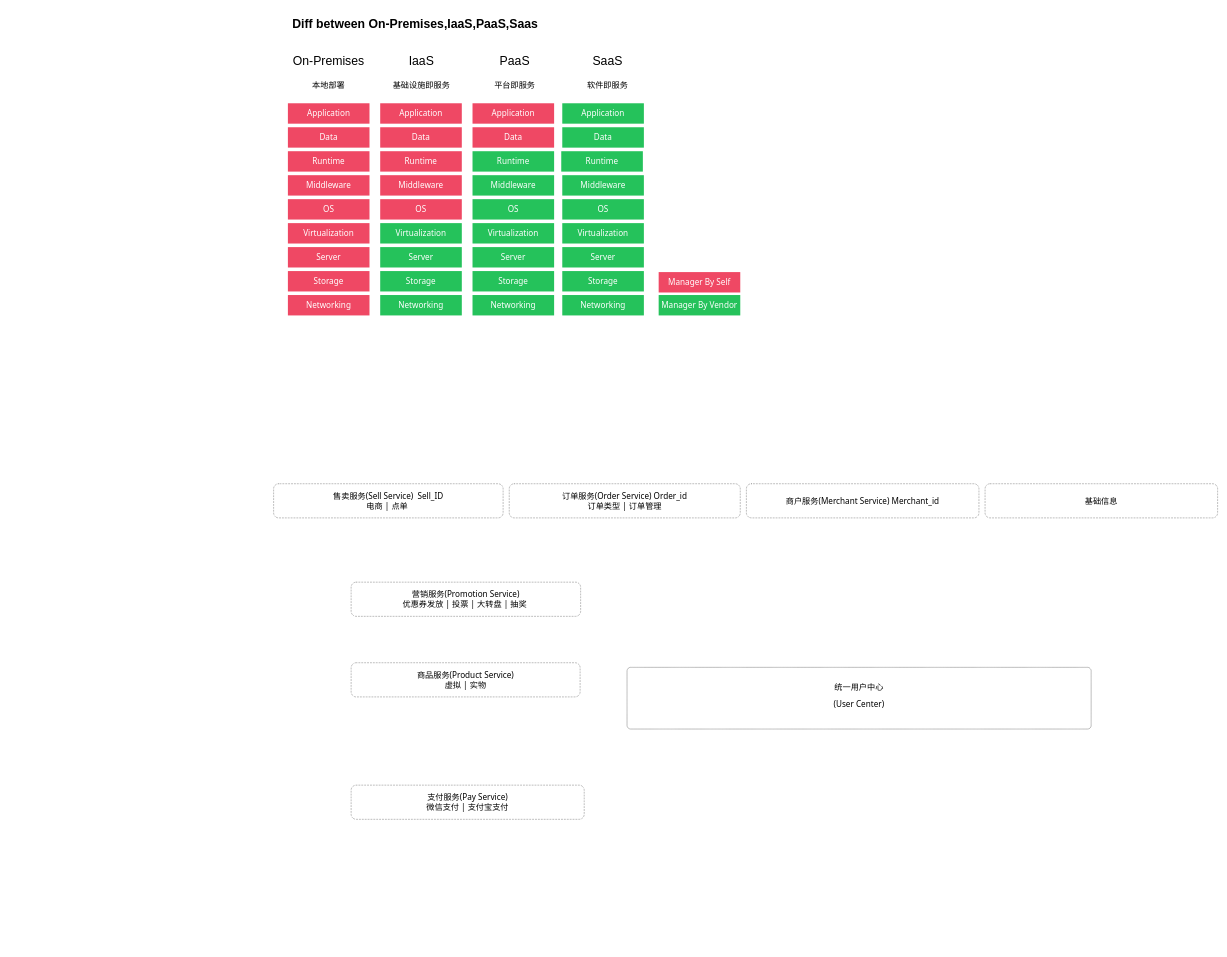
joestarhu/drowio keeps this draw.io diagram as 系统架构(全能力版).drawio. Above is the earlier version. Source tidied: cells renumbered, new cells numbered last; positions are measured from the earlier drawing's top-left corner, leaving out a move shared by most shapes. Both pictures are drawn from the tidied source at 51%, with x=0, y=0 at pixel (273, 14).
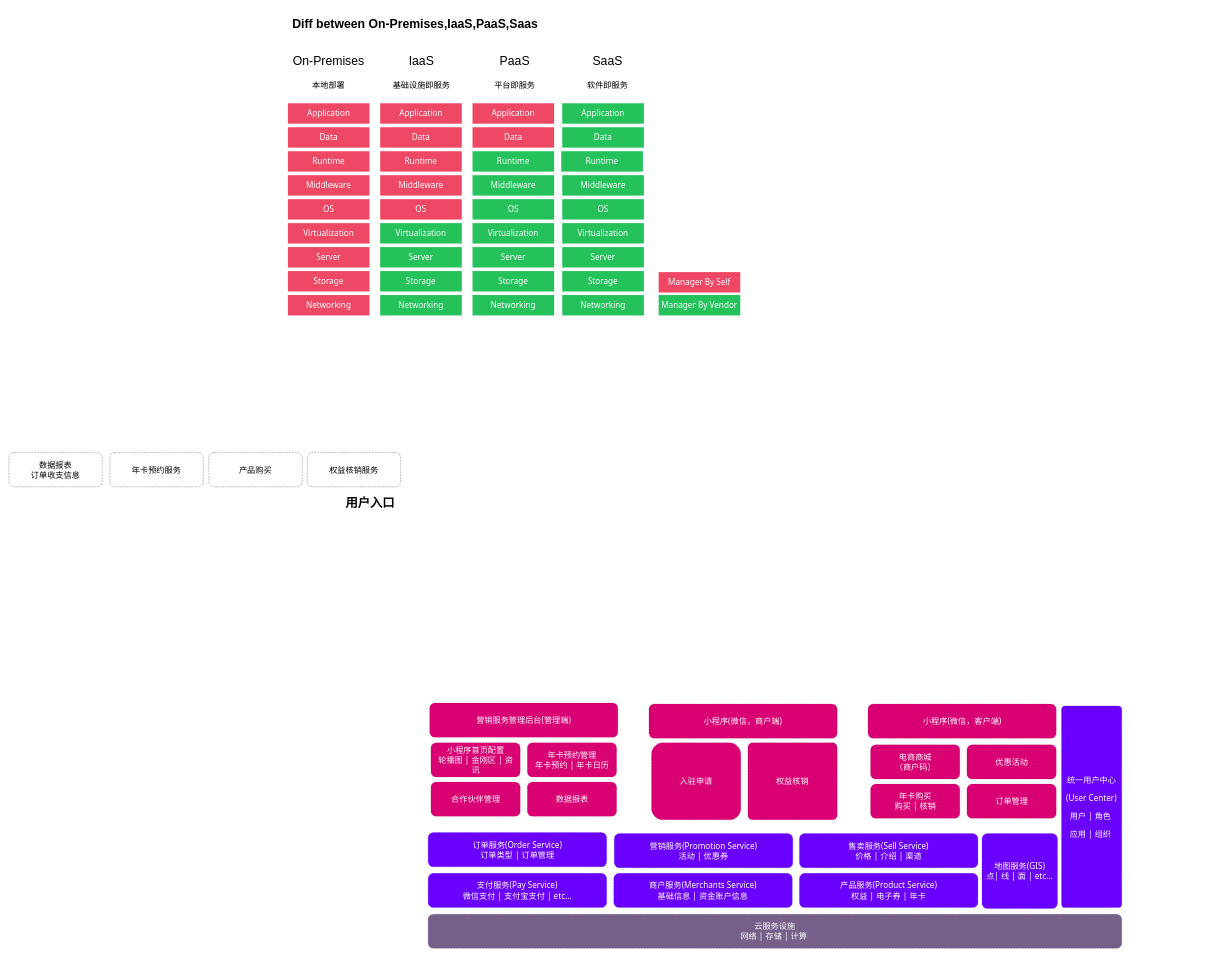
Above is the later version.

Commit message:
更新系统架构(全能力版).drawio

The edit, as a diff of the source:
```diff
@@
-    <mxCell id="45" value="&lt;p style=&quot;font-size: 16px;&quot;&gt;统一用户中心&lt;/p&gt;&lt;p style=&quot;font-size: 16px;&quot;&gt;(User Center)&lt;/p&gt;" style="rounded=1;whiteSpace=wrap;html=1;fontFamily=Tahoma;arcSize=6;fontSize=16;verticalAlign=top;align=center;spacing=8;dashed=1;dashPattern=1 1;" parent="1" vertex="1">
-      <mxGeometry x="693" y="1281" width="910" height="121" as="geometry" />
+    <mxCell id="45" value="&lt;p style=&quot;font-size: 16px;&quot;&gt;统一用户中心&lt;/p&gt;&lt;p style=&quot;font-size: 16px;&quot;&gt;(User Center)&lt;/p&gt;&lt;p style=&quot;font-size: 16px;&quot;&gt;用户 | 角色&amp;nbsp;&lt;/p&gt;&lt;p style=&quot;font-size: 16px;&quot;&gt;应用 | 组织&amp;nbsp;&lt;/p&gt;" style="rounded=1;whiteSpace=wrap;html=1;fontFamily=Tahoma;arcSize=6;fontSize=16;verticalAlign=middle;align=center;spacing=8;dashed=1;dashPattern=1 1;fillColor=#6a00ff;fontColor=#ffffff;strokeColor=#3700CC;" parent="1" vertex="1">
+      <mxGeometry x="1545" y="1357" width="118" height="395" as="geometry" />
     </mxCell>
-    <mxCell id="46" value="订单服务(Order Service) Order_id&lt;br&gt;订单类型 | 订单管理" style="rounded=1;whiteSpace=wrap;html=1;fontFamily=Tahoma;verticalAlign=middle;align=center;spacing=8;fontSize=16;strokeColor=default;dashed=1;dashPattern=1 2;" parent="1" vertex="1">
-      <mxGeometry x="462" y="921" width="453" height="67" as="geometry" />
-    </mxCell>
-    <mxCell id="47" value="商户服务(Merchant Service) Merchant_id" style="rounded=1;whiteSpace=wrap;html=1;fontFamily=Tahoma;verticalAlign=middle;align=center;spacing=8;fontSize=16;strokeColor=default;dashed=1;dashPattern=1 2;" parent="1" vertex="1">
-      <mxGeometry x="927" y="921" width="456" height="67" as="geometry" />
-    </mxCell>
-    <mxCell id="48" value="商品服务(Product Service)&lt;br&gt;虚拟 | 实物" style="rounded=1;whiteSpace=wrap;html=1;fontFamily=Tahoma;verticalAlign=middle;align=center;spacing=8;fontSize=16;strokeColor=default;dashed=1;dashPattern=1 2;" parent="1" vertex="1">
-      <mxGeometry x="152" y="1272" width="449" height="67" as="geometry" />
-    </mxCell>
-    <mxCell id="49" value="售卖服务(Sell Service)&amp;nbsp; Sell_ID&lt;br&gt;电商 | 点单&amp;nbsp;" style="rounded=1;whiteSpace=wrap;html=1;fontFamily=Tahoma;verticalAlign=middle;align=center;spacing=8;fontSize=16;strokeColor=default;dashed=1;dashPattern=1 2;" parent="1" vertex="1">
-      <mxGeometry y="921" width="450" height="67" as="geometry" />
-    </mxCell>
-    <mxCell id="50" value="支付服务(Pay Service)&lt;br&gt;微信支付 | 支付宝支付" style="rounded=1;whiteSpace=wrap;html=1;fontFamily=Tahoma;verticalAlign=middle;align=center;spacing=8;fontSize=16;strokeColor=default;dashed=1;dashPattern=1 2;" parent="1" vertex="1">
-      <mxGeometry x="152" y="1512" width="457" height="67" as="geometry" />
+    <mxCell id="50" value="支付服务(Pay Service)&lt;br&gt;微信支付 | 支付宝支付 | etc..." style="rounded=1;whiteSpace=wrap;html=1;fontFamily=Tahoma;verticalAlign=middle;align=center;spacing=8;fontSize=16;strokeColor=#3700CC;dashed=1;dashPattern=1 2;fillColor=#6a00ff;fontColor=#ffffff;" parent="1" vertex="1">
+      <mxGeometry x="303" y="1685" width="350" height="67" as="geometry" />
     </mxCell>
-    <mxCell id="51" value="营销服务(Promotion Service)&lt;br&gt;优惠券发放 | 投票 | 大转盘 | 抽奖&amp;nbsp;" style="rounded=1;whiteSpace=wrap;html=1;fontFamily=Tahoma;verticalAlign=middle;align=center;spacing=8;fontSize=16;strokeColor=default;dashed=1;dashPattern=1 2;" parent="1" vertex="1">
-      <mxGeometry x="152" y="1114" width="450" height="67" as="geometry" />
-    </mxCell>
-    <mxCell id="52" value="基础信息" style="rounded=1;whiteSpace=wrap;html=1;fontFamily=Tahoma;verticalAlign=middle;align=center;spacing=8;fontSize=16;strokeColor=default;dashed=1;dashPattern=1 2;" parent="1" vertex="1">
-      <mxGeometry x="1395" y="921" width="456" height="67" as="geometry" />
-    </mxCell>
+    <mxCell id="53" value="云服务设施&lt;br&gt;网络 | 存储 | 计算&amp;nbsp;" style="rounded=1;whiteSpace=wrap;html=1;fontFamily=Tahoma;verticalAlign=middle;align=center;spacing=8;fontSize=16;strokeColor=#432D57;dashed=1;dashPattern=1 2;fillColor=#76608a;fontColor=#ffffff;" parent="1" vertex="1">
+      <mxGeometry x="303" y="1765" width="1360" height="67" as="geometry" />
+    </mxCell>
+    <mxCell id="54" value="小程序(微信，商户端)" style="rounded=1;whiteSpace=wrap;html=1;fontFamily=Tahoma;verticalAlign=middle;align=center;spacing=8;fontSize=16;strokeColor=#A50040;dashed=1;dashPattern=1 2;fillColor=#d80073;fontColor=#ffffff;" parent="1" vertex="1">
+      <mxGeometry x="736" y="1353" width="369" height="67" as="geometry" />
+    </mxCell>
+    <mxCell id="55" value="小程序(微信，客户端)" style="rounded=1;whiteSpace=wrap;html=1;fontFamily=Tahoma;verticalAlign=middle;align=center;spacing=8;fontSize=16;strokeColor=#A50040;dashed=1;dashPattern=1 2;fillColor=#d80073;fontColor=#ffffff;" parent="1" vertex="1">
+      <mxGeometry x="1165.5" y="1353" width="369" height="67" as="geometry" />
+    </mxCell>
+    <mxCell id="56" value="营销服务管理后台(管理端)" style="rounded=1;whiteSpace=wrap;html=1;fontFamily=Tahoma;verticalAlign=middle;align=center;spacing=8;fontSize=16;strokeColor=#A50040;dashed=1;dashPattern=1 2;fillColor=#d80073;fontColor=#ffffff;" parent="1" vertex="1">
+      <mxGeometry x="306" y="1351" width="369" height="67" as="geometry" />
+    </mxCell>
+    <mxCell id="57" value="商户服务(Merchants Service)&lt;br&gt;基础信息 | 资金账户信息" style="rounded=1;whiteSpace=wrap;html=1;fontFamily=Tahoma;verticalAlign=middle;align=center;spacing=8;fontSize=16;strokeColor=#3700CC;dashed=1;dashPattern=1 2;fillColor=#6a00ff;fontColor=#ffffff;" parent="1" vertex="1">
+      <mxGeometry x="667" y="1685" width="350" height="67" as="geometry" />
+    </mxCell>
+    <mxCell id="58" value="订单服务(Order Service)&lt;br&gt;订单类型 | 订单管理" style="rounded=1;whiteSpace=wrap;html=1;fontFamily=Tahoma;verticalAlign=middle;align=center;spacing=8;fontSize=16;strokeColor=#3700CC;dashed=1;dashPattern=1 2;fillColor=#6a00ff;fontColor=#ffffff;" parent="1" vertex="1">
+      <mxGeometry x="303" y="1605" width="350" height="67" as="geometry" />
+    </mxCell>
+    <mxCell id="59" value="数据报表&lt;br&gt;订单收支信息" style="rounded=1;whiteSpace=wrap;html=1;fontFamily=Tahoma;verticalAlign=middle;align=center;spacing=8;fontSize=16;strokeColor=default;dashed=1;dashPattern=1 2;" parent="1" vertex="1">
+      <mxGeometry x="-519" y="860" width="183" height="67" as="geometry" />
+    </mxCell>
+    <mxCell id="60" value="用户入口" style="text;strokeColor=none;fillColor=none;html=1;fontSize=24;fontStyle=1;verticalAlign=middle;align=center;" parent="1" vertex="1">
+      <mxGeometry x="139" y="939" width="100" height="40" as="geometry" />
+    </mxCell>
+    <mxCell id="61" value="地图服务(GIS)&lt;br&gt;点| 线 | 面 | etc..." style="rounded=1;whiteSpace=wrap;html=1;fontFamily=Tahoma;verticalAlign=middle;align=center;spacing=8;fontSize=16;strokeColor=#3700CC;dashed=1;dashPattern=1 2;arcSize=7;fillColor=#6a00ff;fontColor=#ffffff;" parent="1" vertex="1">
+      <mxGeometry x="1389" y="1607" width="148" height="147" as="geometry" />
+    </mxCell>
+    <mxCell id="62" value="产品服务(Product Service)&lt;br&gt;权益 | 电子券 | 年卡" style="rounded=1;whiteSpace=wrap;html=1;fontFamily=Tahoma;verticalAlign=middle;align=center;spacing=8;fontSize=16;strokeColor=#3700CC;dashed=1;dashPattern=1 2;fillColor=#6a00ff;fontColor=#ffffff;" parent="1" vertex="1">
+      <mxGeometry x="1031" y="1685" width="350" height="67" as="geometry" />
+    </mxCell>
+    <mxCell id="63" value="营销服务(Promotion Service)&lt;br&gt;&amp;nbsp;活动 | 优惠券&amp;nbsp;" style="rounded=1;whiteSpace=wrap;html=1;fontFamily=Tahoma;verticalAlign=middle;align=center;spacing=8;fontSize=16;strokeColor=#3700CC;dashed=1;dashPattern=1 2;fillColor=#6a00ff;fontColor=#ffffff;" parent="1" vertex="1">
+      <mxGeometry x="668" y="1607" width="350" height="67" as="geometry" />
+    </mxCell>
+    <mxCell id="64" value="售卖服务(Sell Service)&lt;br&gt;价格 | 介绍 | 渠道" style="rounded=1;whiteSpace=wrap;html=1;fontFamily=Tahoma;verticalAlign=middle;align=center;spacing=8;fontSize=16;strokeColor=#3700CC;dashed=1;dashPattern=1 2;fillColor=#6a00ff;fontColor=#ffffff;" parent="1" vertex="1">
+      <mxGeometry x="1031" y="1607" width="350" height="67" as="geometry" />
+    </mxCell>
+    <mxCell id="65" value="年卡预约服务" style="rounded=1;whiteSpace=wrap;html=1;fontFamily=Tahoma;verticalAlign=middle;align=center;spacing=8;fontSize=16;strokeColor=default;dashed=1;dashPattern=1 2;" parent="1" vertex="1">
+      <mxGeometry x="-321" y="860" width="183" height="67" as="geometry" />
+    </mxCell>
+    <mxCell id="66" value="产品购买" style="rounded=1;whiteSpace=wrap;html=1;fontFamily=Tahoma;verticalAlign=middle;align=center;spacing=8;fontSize=16;strokeColor=default;dashed=1;dashPattern=1 2;" parent="1" vertex="1">
+      <mxGeometry x="-127" y="860" width="183" height="67" as="geometry" />
+    </mxCell>
+    <mxCell id="67" value="权益核销服务" style="rounded=1;whiteSpace=wrap;html=1;fontFamily=Tahoma;verticalAlign=middle;align=center;spacing=8;fontSize=16;strokeColor=default;dashed=1;dashPattern=1 2;" parent="1" vertex="1">
+      <mxGeometry x="66" y="860" width="183" height="67" as="geometry" />
+    </mxCell>
+    <mxCell id="68" value="年卡预约管理&lt;br&gt;年卡预约 | 年卡日历" style="rounded=1;whiteSpace=wrap;html=1;fontFamily=Tahoma;verticalAlign=middle;align=center;spacing=8;fontSize=16;strokeColor=#A50040;dashed=1;dashPattern=1 2;fillColor=#d80073;fontColor=#ffffff;" parent="1" vertex="1">
+      <mxGeometry x="497.5" y="1429" width="175" height="67" as="geometry" />
+    </mxCell>
+    <mxCell id="69" value="小程序首页配置&lt;br&gt;轮播图 | 金刚区 | 资讯" style="rounded=1;whiteSpace=wrap;html=1;fontFamily=Tahoma;verticalAlign=middle;align=center;spacing=8;fontSize=16;strokeColor=#A50040;dashed=1;dashPattern=1 2;fillColor=#d80073;fontColor=#ffffff;" parent="1" vertex="1">
+      <mxGeometry x="308.5" y="1429" width="175" height="67" as="geometry" />
+    </mxCell>
+    <mxCell id="70" value="合作伙伴管理" style="rounded=1;whiteSpace=wrap;html=1;fontFamily=Tahoma;verticalAlign=middle;align=center;spacing=8;fontSize=16;strokeColor=#A50040;dashed=1;dashPattern=1 2;fillColor=#d80073;fontColor=#ffffff;" parent="1" vertex="1">
+      <mxGeometry x="308.5" y="1506" width="175" height="67" as="geometry" />
+    </mxCell>
+    <mxCell id="71" value="数据报表" style="rounded=1;whiteSpace=wrap;html=1;fontFamily=Tahoma;verticalAlign=middle;align=center;spacing=8;fontSize=16;strokeColor=#A50040;dashed=1;dashPattern=1 2;fillColor=#d80073;fontColor=#ffffff;" parent="1" vertex="1">
+      <mxGeometry x="497.5" y="1506" width="175" height="67" as="geometry" />
+    </mxCell>
+    <mxCell id="72" value="权益核销" style="rounded=1;whiteSpace=wrap;html=1;fontFamily=Tahoma;verticalAlign=middle;align=center;spacing=8;fontSize=16;strokeColor=#A50040;dashed=1;dashPattern=1 2;arcSize=6;fillColor=#d80073;fontColor=#ffffff;" parent="1" vertex="1">
+      <mxGeometry x="930" y="1429" width="175" height="151" as="geometry" />
+    </mxCell>
+    <mxCell id="73" value="入驻申请" style="rounded=1;whiteSpace=wrap;html=1;fontFamily=Tahoma;verticalAlign=middle;align=center;spacing=8;fontSize=16;strokeColor=#A50040;dashed=1;dashPattern=1 2;fillColor=#d80073;fontColor=#ffffff;" parent="1" vertex="1">
+      <mxGeometry x="741" y="1429" width="175" height="151" as="geometry" />
+    </mxCell>
+    <mxCell id="74" value="优惠活动" style="rounded=1;whiteSpace=wrap;html=1;fontFamily=Tahoma;verticalAlign=middle;align=center;spacing=8;fontSize=16;strokeColor=#A50040;dashed=1;dashPattern=1 2;fillColor=#d80073;fontColor=#ffffff;" parent="1" vertex="1">
+      <mxGeometry x="1359.5" y="1433" width="175" height="67" as="geometry" />
+    </mxCell>
+    <mxCell id="75" value="电商商城&lt;br&gt;（商户码）" style="rounded=1;whiteSpace=wrap;html=1;fontFamily=Tahoma;verticalAlign=middle;align=center;spacing=8;fontSize=16;strokeColor=#A50040;dashed=1;dashPattern=1 2;fillColor=#d80073;fontColor=#ffffff;" parent="1" vertex="1">
+      <mxGeometry x="1170.5" y="1433" width="175" height="67" as="geometry" />
+    </mxCell>
+    <mxCell id="76" value="年卡购买&lt;br&gt;购买 | 核销" style="rounded=1;whiteSpace=wrap;html=1;fontFamily=Tahoma;verticalAlign=middle;align=center;spacing=8;fontSize=16;strokeColor=#A50040;dashed=1;dashPattern=1 2;fillColor=#d80073;fontColor=#ffffff;" parent="1" vertex="1">
+      <mxGeometry x="1170.5" y="1510" width="175" height="67" as="geometry" />
+    </mxCell>
+    <mxCell id="77" value="订单管理" style="rounded=1;whiteSpace=wrap;html=1;fontFamily=Tahoma;verticalAlign=middle;align=center;spacing=8;fontSize=16;strokeColor=#A50040;dashed=1;dashPattern=1 2;fillColor=#d80073;fontColor=#ffffff;" parent="1" vertex="1">
+      <mxGeometry x="1359.5" y="1510" width="175" height="67" as="geometry" />
+    </mxCell>
```
